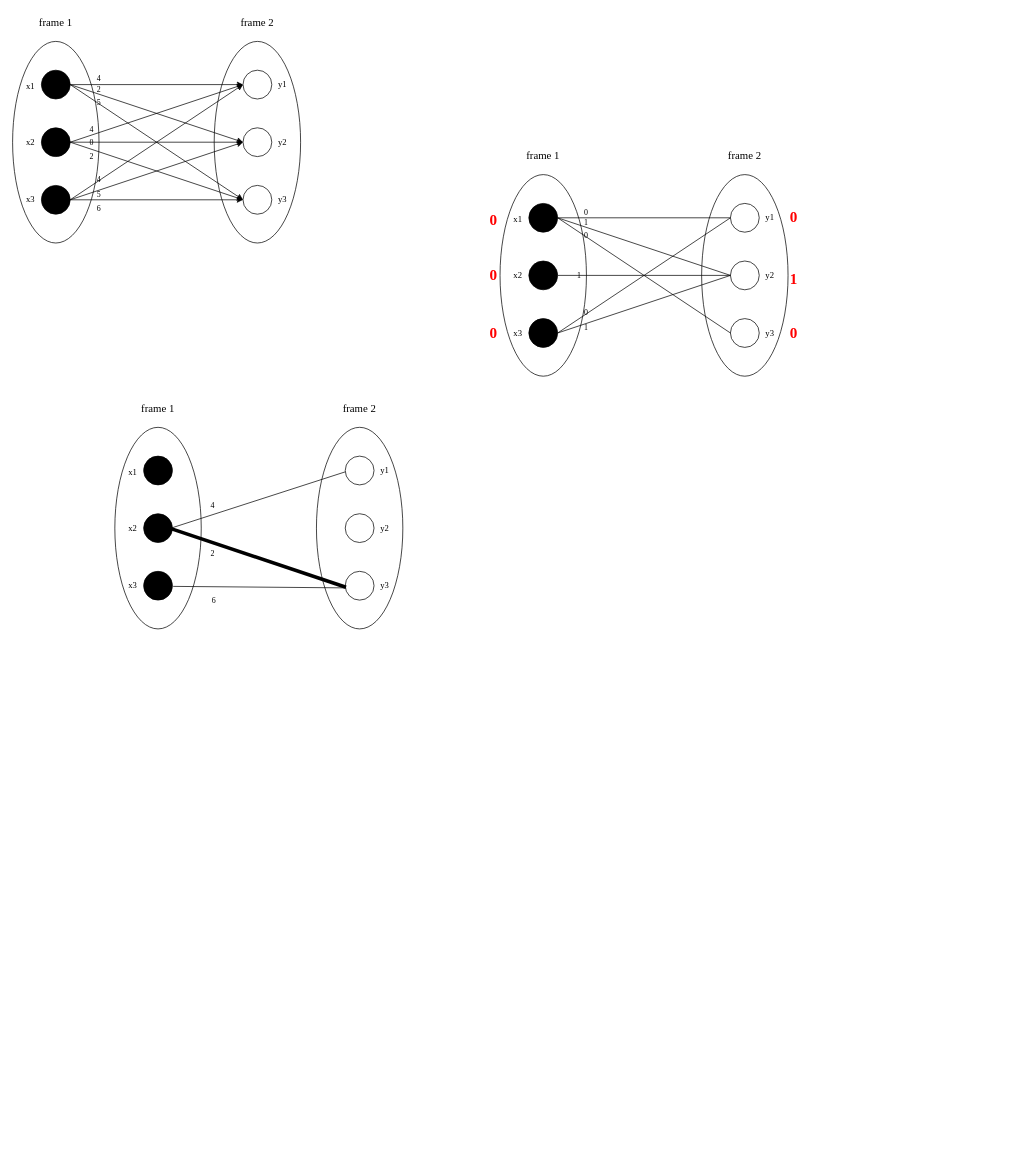
Earlier version of the draw.io diagram bigraph multi-touch.drawio (Katharine-0331/files). Source tidied: cells renumbered, new cells numbered last; positions are measured from the earlier drawing's top-left corner, leaving out a move shared by most shapes. Both pictures are drawn from the tidied source at 72%, with x=0, y=0 at pixel (12, 12).
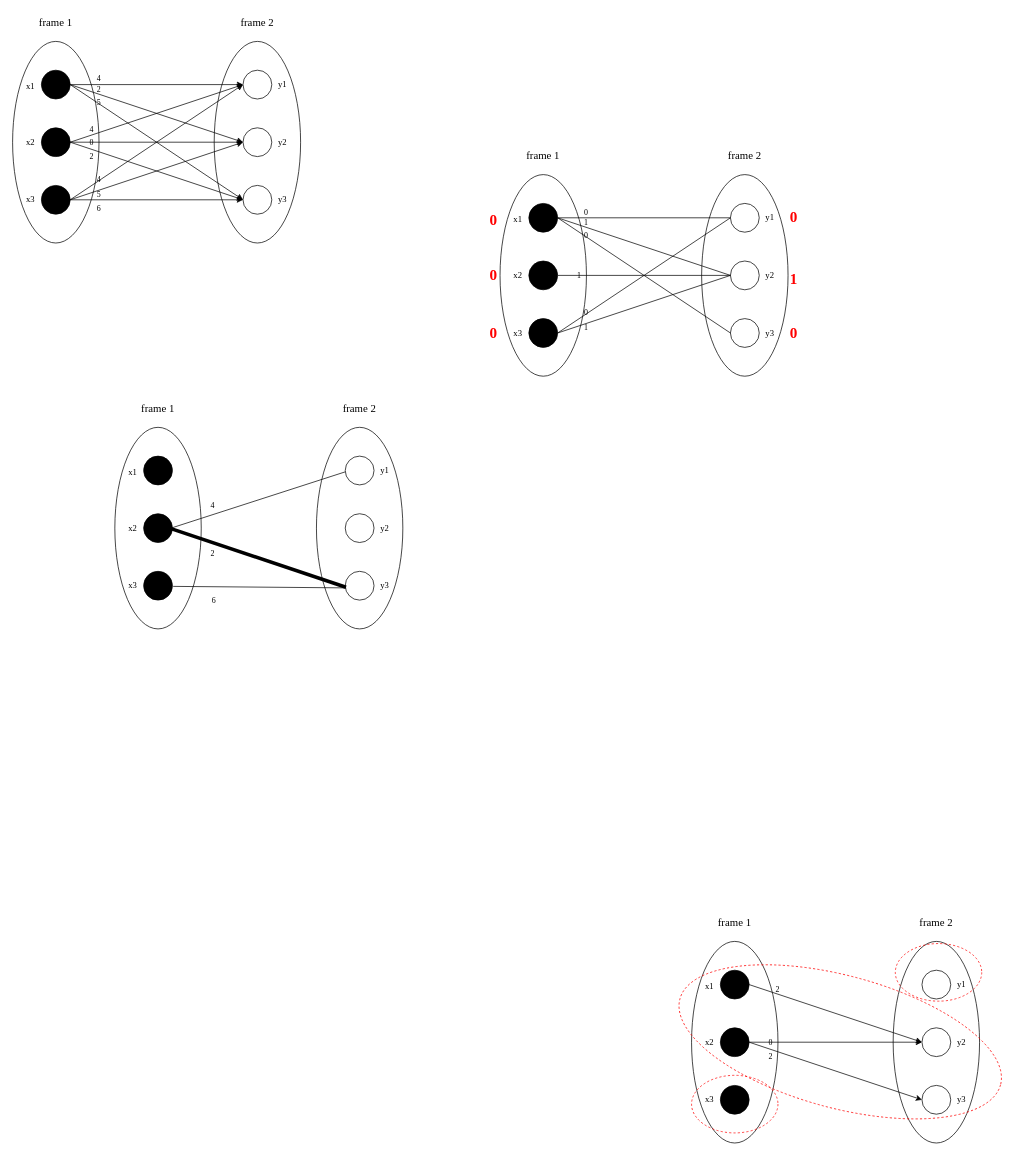
The same page after the edit.

Diff of the diagram source:
```diff
@@
+    <mxCell id="92" style="ellipse;whiteSpace=wrap;html=1;shadow=0;fillColor=#000000;" parent="1" vertex="1">
+      <mxGeometry x="983" y="1330" width="40" height="40" as="geometry" />
+    </mxCell>
+    <mxCell id="93" style="ellipse;whiteSpace=wrap;html=1;fillColor=#000000;" parent="1" vertex="1">
+      <mxGeometry x="983" y="1410" width="40" height="40" as="geometry" />
+    </mxCell>
+    <mxCell id="94" style="ellipse;whiteSpace=wrap;html=1;fillColor=#000000;" parent="1" vertex="1">
+      <mxGeometry x="983" y="1490" width="40" height="40" as="geometry" />
+    </mxCell>
+    <mxCell id="95" style="ellipse;whiteSpace=wrap;html=1;" parent="1" vertex="1">
+      <mxGeometry x="1263" y="1330" width="40" height="40" as="geometry" />
+    </mxCell>
+    <mxCell id="96" style="ellipse;whiteSpace=wrap;html=1;" parent="1" vertex="1">
+      <mxGeometry x="1263" y="1410" width="40" height="40" as="geometry" />
+    </mxCell>
+    <mxCell id="97" style="ellipse;whiteSpace=wrap;html=1;" parent="1" vertex="1">
+      <mxGeometry x="1263" y="1490" width="40" height="40" as="geometry" />
+    </mxCell>
+    <mxCell id="98" style="endArrow=classic;html=1;rounded=0;exitX=1;exitY=0.5;exitDx=0;exitDy=0;entryX=0;entryY=0.5;entryDx=0;entryDy=0;" parent="1" edge="1" source="92" target="96">
+      <mxGeometry relative="1" as="geometry" />
+    </mxCell>
+    <mxCell id="99" style="endArrow=classic;html=1;rounded=0;exitX=1;exitY=0.5;exitDx=0;exitDy=0;entryX=0;entryY=0.5;entryDx=0;entryDy=0;" parent="1" edge="1" source="93" target="96">
+      <mxGeometry relative="1" as="geometry" />
+    </mxCell>
+    <mxCell id="100" style="endArrow=classic;html=1;rounded=0;exitX=1;exitY=0.5;exitDx=0;exitDy=0;entryX=0;entryY=0.5;entryDx=0;entryDy=0;" parent="1" edge="1" source="93" target="97">
+      <mxGeometry relative="1" as="geometry" />
+    </mxCell>
+    <mxCell id="101" style="ellipse;whiteSpace=wrap;html=1;shadow=0;fillColor=none;" parent="1" vertex="1">
+      <mxGeometry x="943" y="1290" width="120" height="280" as="geometry" />
+    </mxCell>
+    <mxCell id="102" style="ellipse;whiteSpace=wrap;html=1;shadow=0;fillColor=none;" parent="1" vertex="1">
+      <mxGeometry x="1223" y="1290" width="120" height="280" as="geometry" />
+    </mxCell>
+    <mxCell id="103" value="&lt;font face=&quot;Times New Roman&quot;&gt;x1&lt;/font&gt;" style="text;html=1;strokeColor=none;fillColor=none;align=center;verticalAlign=middle;whiteSpace=wrap;rounded=0;shadow=0;" parent="1" vertex="1">
+      <mxGeometry x="943" y="1340" width="50" height="25" as="geometry" />
+    </mxCell>
+    <mxCell id="104" value="&lt;font face=&quot;Times New Roman&quot;&gt;x2&lt;/font&gt;" style="text;html=1;strokeColor=none;fillColor=none;align=center;verticalAlign=middle;whiteSpace=wrap;rounded=0;shadow=0;" parent="1" vertex="1">
+      <mxGeometry x="943" y="1417.5" width="50" height="25" as="geometry" />
+    </mxCell>
+    <mxCell id="105" value="&lt;font face=&quot;Times New Roman&quot;&gt;x3&lt;/font&gt;" style="text;html=1;strokeColor=none;fillColor=none;align=center;verticalAlign=middle;whiteSpace=wrap;rounded=0;shadow=0;" parent="1" vertex="1">
+      <mxGeometry x="943" y="1497.5" width="50" height="25" as="geometry" />
+    </mxCell>
+    <mxCell id="106" value="&lt;font face=&quot;Times New Roman&quot;&gt;y1&lt;/font&gt;" style="text;html=1;strokeColor=none;fillColor=none;align=center;verticalAlign=middle;whiteSpace=wrap;rounded=0;shadow=0;" parent="1" vertex="1">
+      <mxGeometry x="1293" y="1337.5" width="50" height="25" as="geometry" />
+    </mxCell>
+    <mxCell id="107" value="&lt;font face=&quot;Times New Roman&quot;&gt;y2&lt;/font&gt;" style="text;html=1;strokeColor=none;fillColor=none;align=center;verticalAlign=middle;whiteSpace=wrap;rounded=0;shadow=0;" parent="1" vertex="1">
+      <mxGeometry x="1293" y="1417.5" width="50" height="25" as="geometry" />
+    </mxCell>
+    <mxCell id="108" value="&lt;font face=&quot;Times New Roman&quot;&gt;y3&lt;/font&gt;" style="text;html=1;strokeColor=none;fillColor=none;align=center;verticalAlign=middle;whiteSpace=wrap;rounded=0;shadow=0;" parent="1" vertex="1">
+      <mxGeometry x="1293" y="1497.5" width="50" height="25" as="geometry" />
+    </mxCell>
+    <mxCell id="109" value="&lt;font face=&quot;Times New Roman&quot; style=&quot;font-size: 15px&quot;&gt;frame 1&lt;/font&gt;" style="text;html=1;strokeColor=none;fillColor=none;align=center;verticalAlign=middle;whiteSpace=wrap;rounded=0;shadow=0;" parent="1" vertex="1">
+      <mxGeometry x="978" y="1250" width="50" height="25" as="geometry" />
+    </mxCell>
+    <mxCell id="110" value="&lt;font face=&quot;Times New Roman&quot; style=&quot;font-size: 15px&quot;&gt;frame 2&lt;/font&gt;" style="text;html=1;strokeColor=none;fillColor=none;align=center;verticalAlign=middle;whiteSpace=wrap;rounded=0;shadow=0;" parent="1" vertex="1">
+      <mxGeometry x="1258" y="1250" width="50" height="25" as="geometry" />
+    </mxCell>
+    <mxCell id="111" value="&lt;font style=&quot;font-size: 11px&quot;&gt;2&lt;/font&gt;" style="text;html=1;strokeColor=none;fillColor=none;align=center;verticalAlign=middle;whiteSpace=wrap;rounded=0;shadow=0;fontFamily=Times New Roman;fontSize=15;" parent="1" vertex="1">
+      <mxGeometry x="1053" y="1345" width="20" height="20" as="geometry" />
+    </mxCell>
+    <mxCell id="112" value="&lt;font style=&quot;font-size: 11px&quot;&gt;0&lt;/font&gt;" style="text;html=1;strokeColor=none;fillColor=none;align=center;verticalAlign=middle;whiteSpace=wrap;rounded=0;shadow=0;fontFamily=Times New Roman;fontSize=15;" parent="1" vertex="1">
+      <mxGeometry x="1043" y="1417.5" width="20" height="20" as="geometry" />
+    </mxCell>
+    <mxCell id="113" value="&lt;font style=&quot;font-size: 11px&quot;&gt;2&lt;/font&gt;" style="text;html=1;strokeColor=none;fillColor=none;align=center;verticalAlign=middle;whiteSpace=wrap;rounded=0;shadow=0;fontFamily=Times New Roman;fontSize=15;" parent="1" vertex="1">
+      <mxGeometry x="1043" y="1437.5" width="20" height="20" as="geometry" />
+    </mxCell>
+    <mxCell id="114" style="ellipse;whiteSpace=wrap;html=1;shadow=0;fontFamily=Times New Roman;fontSize=21;fontColor=#FF0000;fillColor=none;dashed=1;strokeColor=#FF0000;" parent="1" vertex="1">
+      <mxGeometry x="943" y="1476" width="120" height="80" as="geometry" />
+    </mxCell>
+    <mxCell id="115" style="ellipse;whiteSpace=wrap;html=1;shadow=0;dashed=1;fontFamily=Times New Roman;fontSize=21;fontColor=#FF0000;strokeColor=#FF0000;fillColor=none;rotation=15;" parent="1" vertex="1">
+      <mxGeometry x="919" y="1337.5" width="461" height="184" as="geometry" />
+    </mxCell>
+    <mxCell id="116" style="ellipse;whiteSpace=wrap;html=1;shadow=0;fontFamily=Times New Roman;fontSize=21;fontColor=#FF0000;fillColor=none;dashed=1;strokeColor=#FF0000;" parent="1" vertex="1">
+      <mxGeometry x="1226" y="1293" width="120" height="80" as="geometry" />
+    </mxCell>
```
